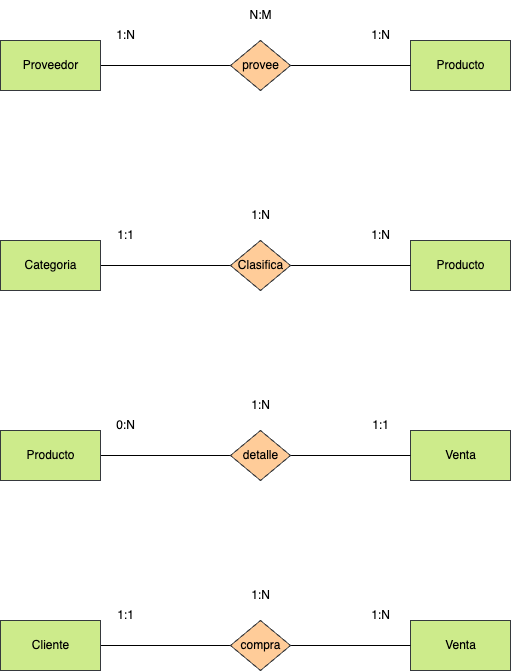
The draw.io diagram Tareas/Unidad_2/tarea2/Ejercicio1.drawio.png in antonioinigo/base-datos, before a commit. Source tidied: cells renumbered, new cells last; positions are measured from the earlier drawing's top-left corner, leaving out a move shared by most shapes.
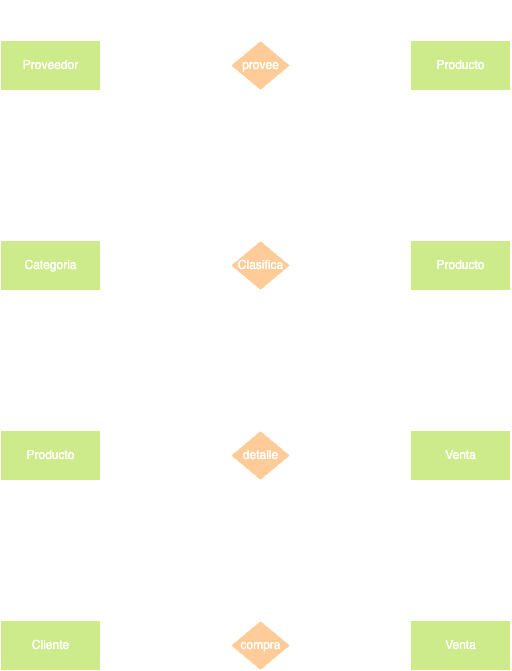
Above is the later version.

What changed in the source:
```diff
@@ -2,100 +2,100 @@
   <root>
     <mxCell id="0" />
     <mxCell id="1" parent="0" />
-    <mxCell id="2" style="html=1;entryX=0;entryY=0.5;entryDx=0;entryDy=0;fontColor=#000000;endArrow=none;endFill=0;" parent="1" edge="1" source="3" target="6">
+    <mxCell id="2" style="html=1;entryX=0;entryY=0.5;entryDx=0;entryDy=0;fontColor=#FFFFFF;endArrow=none;endFill=0;strokeColor=#FFFFFF;" parent="1" edge="1" source="3" target="6">
       <mxGeometry relative="1" as="geometry" />
     </mxCell>
-    <mxCell id="3" value="&lt;font color=&quot;#000000&quot;&gt;Proveedor&lt;/font&gt;" style="html=1;dashed=0;whitespace=wrap;fillColor=#cdeb8b;strokeColor=#36393d;" parent="1" vertex="1">
+    <mxCell id="3" value="&lt;font&gt;Proveedor&lt;/font&gt;" style="html=1;dashed=0;whitespace=wrap;fillColor=#cdeb8b;strokeColor=#FFFFFF;fontColor=#FFFFFF;" parent="1" vertex="1">
       <mxGeometry y="40" width="100" height="50" as="geometry" />
     </mxCell>
-    <mxCell id="4" value="&lt;font color=&quot;#000000&quot;&gt;Producto&lt;/font&gt;" style="html=1;dashed=0;whitespace=wrap;fillColor=#cdeb8b;strokeColor=#36393d;" parent="1" vertex="1">
+    <mxCell id="4" value="&lt;font&gt;Producto&lt;/font&gt;" style="html=1;dashed=0;whitespace=wrap;fillColor=#cdeb8b;strokeColor=#FFFFFF;fontColor=#FFFFFF;" parent="1" vertex="1">
       <mxGeometry x="410" y="40" width="100" height="50" as="geometry" />
     </mxCell>
-    <mxCell id="5" style="edgeStyle=none;html=1;fontColor=#000000;endArrow=none;endFill=0;" parent="1" edge="1" source="6" target="4">
+    <mxCell id="5" style="edgeStyle=none;html=1;fontColor=#FFFFFF;endArrow=none;endFill=0;strokeColor=#FFFFFF;" parent="1" edge="1" source="6" target="4">
       <mxGeometry relative="1" as="geometry" />
     </mxCell>
-    <mxCell id="6" value="&lt;font color=&quot;#000000&quot;&gt;provee&lt;/font&gt;" style="shape=rhombus;html=1;dashed=0;whitespace=wrap;perimeter=rhombusPerimeter;fillColor=#ffcc99;strokeColor=#36393d;" parent="1" vertex="1">
+    <mxCell id="6" value="&lt;font&gt;provee&lt;/font&gt;" style="shape=rhombus;html=1;dashed=0;whitespace=wrap;perimeter=rhombusPerimeter;fillColor=#ffcc99;strokeColor=#FFFFFF;fontColor=#FFFFFF;" parent="1" vertex="1">
       <mxGeometry x="230" y="40" width="60" height="50" as="geometry" />
     </mxCell>
-    <mxCell id="7" value="1:N" style="text;html=1;align=center;verticalAlign=middle;strokeColor=none;fillColor=none;fontColor=#000000;" parent="1" vertex="1">
+    <mxCell id="7" value="1:N" style="text;html=1;align=center;verticalAlign=middle;strokeColor=#FFFFFF;fillColor=none;fontColor=#FFFFFF;" parent="1" vertex="1">
       <mxGeometry x="105" y="20" width="40" height="30" as="geometry" />
     </mxCell>
-    <mxCell id="8" value="1:N" style="text;html=1;align=center;verticalAlign=middle;strokeColor=none;fillColor=none;fontColor=#000000;" parent="1" vertex="1">
+    <mxCell id="8" value="1:1" style="text;html=1;align=center;verticalAlign=middle;strokeColor=#FFFFFF;fillColor=none;fontColor=#FFFFFF;" parent="1" vertex="1">
       <mxGeometry x="360" y="20" width="40" height="30" as="geometry" />
     </mxCell>
-    <mxCell id="9" value="N:M" style="text;html=1;align=center;verticalAlign=middle;strokeColor=none;fillColor=none;fontColor=#000000;" parent="1" vertex="1">
-      <mxGeometry x="235" width="50" height="30" as="geometry" />
+    <mxCell id="9" value="1:N" style="text;html=1;align=center;verticalAlign=middle;strokeColor=#FFFFFF;fillColor=none;fontColor=#FFFFFF;" parent="1" vertex="1">
+      <mxGeometry x="240" width="40" height="30" as="geometry" />
     </mxCell>
-    <mxCell id="10" style="html=1;entryX=0;entryY=0.5;entryDx=0;entryDy=0;fontColor=#000000;endArrow=none;endFill=0;" parent="1" edge="1" source="11" target="14">
+    <mxCell id="10" style="html=1;entryX=0;entryY=0.5;entryDx=0;entryDy=0;fontColor=#FFFFFF;endArrow=none;endFill=0;strokeColor=#FFFFFF;" parent="1" edge="1" source="11" target="14">
       <mxGeometry relative="1" as="geometry" />
     </mxCell>
-    <mxCell id="11" value="&lt;font color=&quot;#000000&quot;&gt;Categoria&lt;/font&gt;" style="html=1;dashed=0;whitespace=wrap;fillColor=#cdeb8b;strokeColor=#36393d;" parent="1" vertex="1">
+    <mxCell id="11" value="&lt;font&gt;Categoria&lt;/font&gt;" style="html=1;dashed=0;whitespace=wrap;fillColor=#cdeb8b;strokeColor=#FFFFFF;fontColor=#FFFFFF;" parent="1" vertex="1">
       <mxGeometry y="240" width="100" height="50" as="geometry" />
     </mxCell>
-    <mxCell id="12" value="&lt;font color=&quot;#000000&quot;&gt;Producto&lt;/font&gt;" style="html=1;dashed=0;whitespace=wrap;fillColor=#cdeb8b;strokeColor=#36393d;" parent="1" vertex="1">
+    <mxCell id="12" value="&lt;font&gt;Producto&lt;/font&gt;" style="html=1;dashed=0;whitespace=wrap;fillColor=#cdeb8b;strokeColor=#FFFFFF;fontColor=#FFFFFF;" parent="1" vertex="1">
       <mxGeometry x="410" y="240" width="100" height="50" as="geometry" />
     </mxCell>
-    <mxCell id="13" style="edgeStyle=none;html=1;fontColor=#000000;endArrow=none;endFill=0;" parent="1" edge="1" source="14" target="12">
+    <mxCell id="13" style="edgeStyle=none;html=1;fontColor=#FFFFFF;endArrow=none;endFill=0;strokeColor=#FFFFFF;" parent="1" edge="1" source="14" target="12">
       <mxGeometry relative="1" as="geometry" />
     </mxCell>
-    <mxCell id="14" value="&lt;font color=&quot;#000000&quot;&gt;Clasifica&lt;/font&gt;" style="shape=rhombus;html=1;dashed=0;whitespace=wrap;perimeter=rhombusPerimeter;fillColor=#ffcc99;strokeColor=#36393d;" parent="1" vertex="1">
+    <mxCell id="14" value="&lt;font&gt;Clasifica&lt;/font&gt;" style="shape=rhombus;html=1;dashed=0;whitespace=wrap;perimeter=rhombusPerimeter;fillColor=#ffcc99;strokeColor=#FFFFFF;fontColor=#FFFFFF;" parent="1" vertex="1">
       <mxGeometry x="230" y="240" width="60" height="50" as="geometry" />
     </mxCell>
-    <mxCell id="15" value="1:1" style="text;html=1;align=center;verticalAlign=middle;strokeColor=none;fillColor=none;fontColor=#000000;" parent="1" vertex="1">
-      <mxGeometry x="105" y="220" width="40" height="30" as="geometry" />
+    <mxCell id="15" value="1:1" style="text;html=1;align=center;verticalAlign=middle;strokeColor=#FFFFFF;fillColor=none;fontColor=#FFFFFF;" parent="1" vertex="1">
+      <mxGeometry x="354" y="210" width="40" height="30" as="geometry" />
     </mxCell>
-    <mxCell id="16" value="1:N" style="text;html=1;align=center;verticalAlign=middle;strokeColor=none;fillColor=none;fontColor=#000000;" parent="1" vertex="1">
-      <mxGeometry x="360" y="220" width="40" height="30" as="geometry" />
+    <mxCell id="16" value="1:N" style="text;html=1;align=center;verticalAlign=middle;strokeColor=#FFFFFF;fillColor=none;fontColor=#FFFFFF;" parent="1" vertex="1">
+      <mxGeometry x="110" y="220" width="40" height="30" as="geometry" />
     </mxCell>
-    <mxCell id="17" value="1:N" style="text;html=1;align=center;verticalAlign=middle;strokeColor=none;fillColor=none;fontColor=#000000;" parent="1" vertex="1">
+    <mxCell id="17" value="1:N" style="text;html=1;align=center;verticalAlign=middle;strokeColor=#FFFFFF;fillColor=none;fontColor=#FFFFFF;" parent="1" vertex="1">
       <mxGeometry x="240" y="200" width="40" height="30" as="geometry" />
     </mxCell>
-    <mxCell id="18" style="html=1;entryX=0;entryY=0.5;entryDx=0;entryDy=0;fontColor=#000000;endArrow=none;endFill=0;" parent="1" edge="1" source="19" target="22">
+    <mxCell id="18" style="html=1;entryX=0;entryY=0.5;entryDx=0;entryDy=0;fontColor=#FFFFFF;endArrow=none;endFill=0;strokeColor=#FFFFFF;" parent="1" edge="1" source="19" target="22">
       <mxGeometry relative="1" as="geometry" />
     </mxCell>
-    <mxCell id="19" value="&lt;font color=&quot;#000000&quot;&gt;Producto&lt;/font&gt;" style="html=1;dashed=0;whitespace=wrap;fillColor=#cdeb8b;strokeColor=#36393d;" parent="1" vertex="1">
+    <mxCell id="19" value="&lt;font&gt;Producto&lt;/font&gt;" style="html=1;dashed=0;whitespace=wrap;fillColor=#cdeb8b;strokeColor=#FFFFFF;fontColor=#FFFFFF;" parent="1" vertex="1">
       <mxGeometry y="430" width="100" height="50" as="geometry" />
     </mxCell>
-    <mxCell id="20" value="&lt;font color=&quot;#000000&quot;&gt;Venta&lt;/font&gt;" style="html=1;dashed=0;whitespace=wrap;fillColor=#cdeb8b;strokeColor=#36393d;" parent="1" vertex="1">
+    <mxCell id="20" value="&lt;font&gt;Venta&lt;/font&gt;" style="html=1;dashed=0;whitespace=wrap;fillColor=#cdeb8b;strokeColor=#FFFFFF;fontColor=#FFFFFF;" parent="1" vertex="1">
       <mxGeometry x="410" y="430" width="100" height="50" as="geometry" />
     </mxCell>
-    <mxCell id="21" style="edgeStyle=none;html=1;fontColor=#000000;endArrow=none;endFill=0;" parent="1" edge="1" source="22" target="20">
+    <mxCell id="21" style="edgeStyle=none;html=1;fontColor=#FFFFFF;endArrow=none;endFill=0;strokeColor=#FFFFFF;" parent="1" edge="1" source="22" target="20">
       <mxGeometry relative="1" as="geometry" />
     </mxCell>
-    <mxCell id="22" value="&lt;font color=&quot;#000000&quot;&gt;detalle&lt;/font&gt;" style="shape=rhombus;html=1;dashed=0;whitespace=wrap;perimeter=rhombusPerimeter;fillColor=#ffcc99;strokeColor=#36393d;" parent="1" vertex="1">
+    <mxCell id="22" value="&lt;font&gt;detalle&lt;/font&gt;" style="shape=rhombus;html=1;dashed=0;whitespace=wrap;perimeter=rhombusPerimeter;fillColor=#ffcc99;strokeColor=#FFFFFF;fontColor=#FFFFFF;" parent="1" vertex="1">
       <mxGeometry x="230" y="430" width="60" height="50" as="geometry" />
     </mxCell>
-    <mxCell id="23" value="0:N" style="text;html=1;align=center;verticalAlign=middle;strokeColor=none;fillColor=none;fontColor=#000000;" parent="1" vertex="1">
+    <mxCell id="23" value="0:N" style="text;html=1;align=center;verticalAlign=middle;strokeColor=#FFFFFF;fillColor=none;fontColor=#FFFFFF;" parent="1" vertex="1">
       <mxGeometry x="105" y="410" width="40" height="30" as="geometry" />
     </mxCell>
-    <mxCell id="24" value="1:1" style="text;html=1;align=center;verticalAlign=middle;strokeColor=none;fillColor=none;fontColor=#000000;" parent="1" vertex="1">
+    <mxCell id="24" value="1:1" style="text;html=1;align=center;verticalAlign=middle;strokeColor=#FFFFFF;fillColor=none;fontColor=#FFFFFF;" parent="1" vertex="1">
       <mxGeometry x="360" y="410" width="40" height="30" as="geometry" />
     </mxCell>
-    <mxCell id="25" value="1:N" style="text;html=1;align=center;verticalAlign=middle;strokeColor=none;fillColor=none;fontColor=#000000;" parent="1" vertex="1">
+    <mxCell id="25" value="1:N" style="text;html=1;align=center;verticalAlign=middle;strokeColor=#FFFFFF;fillColor=none;fontColor=#FFFFFF;" parent="1" vertex="1">
       <mxGeometry x="240" y="390" width="40" height="30" as="geometry" />
     </mxCell>
-    <mxCell id="26" style="html=1;entryX=0;entryY=0.5;entryDx=0;entryDy=0;fontColor=#000000;endArrow=none;endFill=0;" parent="1" edge="1" source="27" target="30">
+    <mxCell id="26" style="html=1;entryX=0;entryY=0.5;entryDx=0;entryDy=0;fontColor=#FFFFFF;endArrow=none;endFill=0;strokeColor=#FFFFFF;" parent="1" edge="1" source="27" target="30">
       <mxGeometry relative="1" as="geometry" />
     </mxCell>
-    <mxCell id="27" value="&lt;font color=&quot;#000000&quot;&gt;Cliente&lt;/font&gt;" style="html=1;dashed=0;whitespace=wrap;fillColor=#cdeb8b;strokeColor=#36393d;" parent="1" vertex="1">
+    <mxCell id="27" value="&lt;font&gt;Cliente&lt;/font&gt;" style="html=1;dashed=0;whitespace=wrap;fillColor=#cdeb8b;strokeColor=#FFFFFF;fontColor=#FFFFFF;" parent="1" vertex="1">
       <mxGeometry y="620" width="100" height="50" as="geometry" />
     </mxCell>
-    <mxCell id="28" value="&lt;font color=&quot;#000000&quot;&gt;Venta&lt;/font&gt;" style="html=1;dashed=0;whitespace=wrap;fillColor=#cdeb8b;strokeColor=#36393d;" parent="1" vertex="1">
+    <mxCell id="28" value="&lt;font&gt;Venta&lt;/font&gt;" style="html=1;dashed=0;whitespace=wrap;fillColor=#cdeb8b;strokeColor=#FFFFFF;fontColor=#FFFFFF;" parent="1" vertex="1">
       <mxGeometry x="410" y="620" width="100" height="50" as="geometry" />
     </mxCell>
-    <mxCell id="29" style="edgeStyle=none;html=1;fontColor=#000000;endArrow=none;endFill=0;" parent="1" edge="1" source="30" target="28">
+    <mxCell id="29" style="edgeStyle=none;html=1;fontColor=#FFFFFF;endArrow=none;endFill=0;strokeColor=#FFFFFF;" parent="1" edge="1" source="30" target="28">
       <mxGeometry relative="1" as="geometry" />
     </mxCell>
-    <mxCell id="30" value="&lt;font color=&quot;#000000&quot;&gt;compra&lt;/font&gt;" style="shape=rhombus;html=1;dashed=0;whitespace=wrap;perimeter=rhombusPerimeter;fillColor=#ffcc99;strokeColor=#36393d;" parent="1" vertex="1">
+    <mxCell id="30" value="&lt;font&gt;compra&lt;/font&gt;" style="shape=rhombus;html=1;dashed=0;whitespace=wrap;perimeter=rhombusPerimeter;fillColor=#ffcc99;strokeColor=#FFFFFF;fontColor=#FFFFFF;" parent="1" vertex="1">
       <mxGeometry x="230" y="620" width="60" height="50" as="geometry" />
     </mxCell>
-    <mxCell id="31" value="1:1" style="text;html=1;align=center;verticalAlign=middle;strokeColor=none;fillColor=none;fontColor=#000000;" parent="1" vertex="1">
+    <mxCell id="31" value="1:1" style="text;html=1;align=center;verticalAlign=middle;strokeColor=#FFFFFF;fillColor=none;fontColor=#FFFFFF;" parent="1" vertex="1">
       <mxGeometry x="105" y="600" width="40" height="30" as="geometry" />
     </mxCell>
-    <mxCell id="32" value="1:N" style="text;html=1;align=center;verticalAlign=middle;strokeColor=none;fillColor=none;fontColor=#000000;" parent="1" vertex="1">
+    <mxCell id="32" value="1:1" style="text;html=1;align=center;verticalAlign=middle;strokeColor=#FFFFFF;fillColor=none;fontColor=#FFFFFF;" parent="1" vertex="1">
       <mxGeometry x="360" y="600" width="40" height="30" as="geometry" />
     </mxCell>
-    <mxCell id="33" value="1:N" style="text;html=1;align=center;verticalAlign=middle;strokeColor=none;fillColor=none;fontColor=#000000;" parent="1" vertex="1">
+    <mxCell id="33" value="1:1" style="text;html=1;align=center;verticalAlign=middle;strokeColor=#FFFFFF;fillColor=none;fontColor=#FFFFFF;" parent="1" vertex="1">
       <mxGeometry x="240" y="580" width="40" height="30" as="geometry" />
     </mxCell>
   </root>
```
